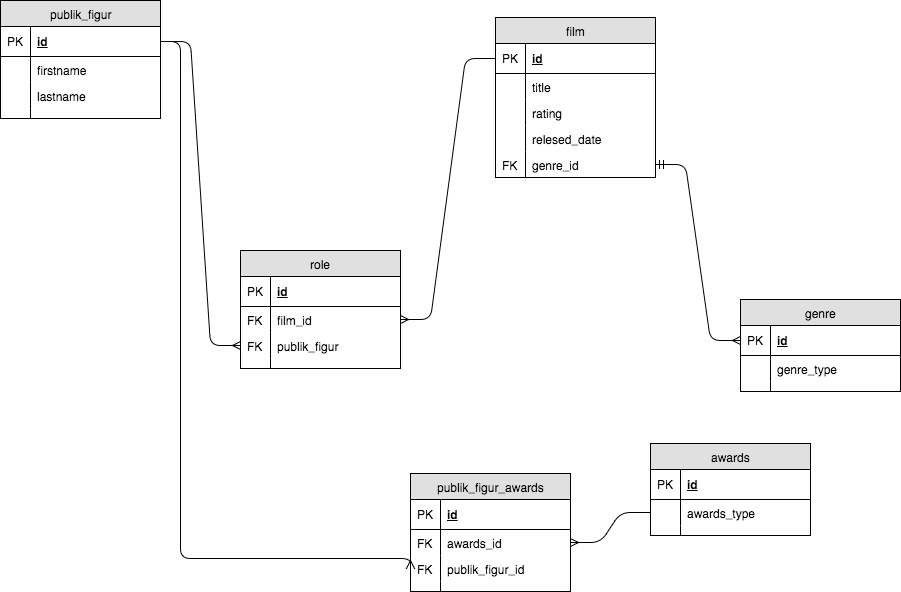
darwins-fox-2017/schema-imdb keeps this draw.io diagram as IMDB_Schema.png. Above is the earlier version. Source tidied: cells renumbered, new cells last; positions are measured from the earlier drawing's top-left corner, leaving out a move shared by most shapes.
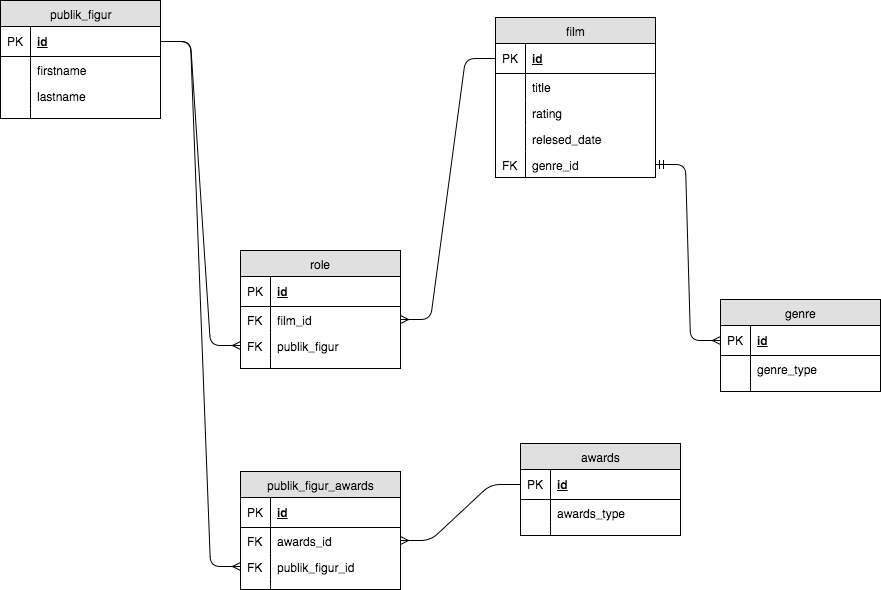
Above is the later version.

Diff of the diagram source:
```diff
@@ -96,7 +96,7 @@
       <mxGeometry relative="1" as="geometry" />
     </mxCell>
     <mxCell id="33" value="genre" style="swimlane;html=1;fontStyle=0;horizontal=1;startSize=26;fillColor=#e0e0e0;swimlaneFillColor=#ffffff;align=center;" parent="1" vertex="1">
-      <mxGeometry x="740" y="299" width="160" height="92" as="geometry" />
+      <mxGeometry x="720" y="299" width="160" height="92" as="geometry" />
     </mxCell>
     <mxCell id="34" value="id" style="shape=partialRectangle;top=0;left=0;right=0;bottom=1;html=1;align=left;verticalAlign=middle;fillColor=none;spacingLeft=34;spacingRight=4;whiteSpace=wrap;overflow=hidden;points=[[0,0.5],[1,0.5]];portConstraint=eastwest;fontStyle=5;" parent="33" vertex="1">
       <mxGeometry y="26" width="160" height="30" as="geometry" />
@@ -120,7 +120,7 @@
       <mxGeometry relative="1" as="geometry" />
     </mxCell>
     <mxCell id="41" value="awards" style="swimlane;html=1;fontStyle=0;horizontal=1;startSize=26;fillColor=#e0e0e0;swimlaneFillColor=#ffffff;align=center;" parent="1" vertex="1">
-      <mxGeometry x="650" y="443" width="160" height="92" as="geometry" />
+      <mxGeometry x="520" y="443" width="160" height="92" as="geometry" />
     </mxCell>
     <mxCell id="42" value="id" style="shape=partialRectangle;top=0;left=0;right=0;bottom=1;html=1;align=left;verticalAlign=middle;fillColor=none;spacingLeft=34;spacingRight=4;whiteSpace=wrap;overflow=hidden;points=[[0,0.5],[1,0.5]];portConstraint=eastwest;fontStyle=5;" parent="41" vertex="1">
       <mxGeometry y="26" width="160" height="30" as="geometry" />
@@ -140,11 +140,11 @@
     <mxCell id="47" style="shape=partialRectangle;top=0;left=0;bottom=0;html=1;fillColor=none;align=left;verticalAlign=top;spacingLeft=4;spacingRight=4;whiteSpace=wrap;overflow=hidden;" parent="46" vertex="1">
       <mxGeometry width="30" height="10" as="geometry" />
     </mxCell>
-    <mxCell id="48" style="edgeStyle=entityRelationEdgeStyle;html=1;endArrow=none;exitX=1;exitY=0.5;entryX=0;entryY=0.5;endFill=0;startArrow=ERmany;startFill=0;" parent="1" edge="1" source="52" target="44">
+    <mxCell id="48" style="edgeStyle=entityRelationEdgeStyle;html=1;endArrow=none;exitX=1;exitY=0.5;entryX=0;entryY=0.5;endFill=0;startArrow=ERmany;startFill=0;" parent="1" edge="1" source="52" target="42">
       <mxGeometry x="130" y="236" as="geometry" />
     </mxCell>
     <mxCell id="49" value="publik_figur_awards" style="swimlane;html=1;fontStyle=0;horizontal=1;startSize=26;fillColor=#e0e0e0;swimlaneFillColor=#ffffff;align=center;" parent="1" vertex="1">
-      <mxGeometry x="410" y="473" width="160" height="118" as="geometry" />
+      <mxGeometry x="240" y="471" width="160" height="118" as="geometry" />
     </mxCell>
     <mxCell id="50" value="id" style="shape=partialRectangle;top=0;left=0;right=0;bottom=1;html=1;align=left;verticalAlign=middle;fillColor=none;spacingLeft=34;spacingRight=4;whiteSpace=wrap;overflow=hidden;fontStyle=5;" parent="49" vertex="1">
       <mxGeometry y="26" width="160" height="30" as="geometry" />
@@ -170,13 +170,8 @@
     <mxCell id="57" style="shape=partialRectangle;top=0;left=0;bottom=0;html=1;fillColor=none;align=left;verticalAlign=top;spacingLeft=4;spacingRight=4;whiteSpace=wrap;overflow=hidden;" parent="56" vertex="1">
       <mxGeometry width="30" height="10" as="geometry" />
     </mxCell>
-    <mxCell id="58" style="edgeStyle=orthogonalEdgeStyle;html=1;endArrow=ERmany;entryX=0;entryY=0.5;exitX=1;exitY=0.5;endFill=0;" parent="1" edge="1" source="3" target="54">
-      <mxGeometry x="190" y="286" as="geometry">
-        <Array as="points">
-          <mxPoint x="180" y="41" />
-          <mxPoint x="180" y="558" />
-        </Array>
-      </mxGeometry>
+    <mxCell id="58" style="edgeStyle=entityRelationEdgeStyle;html=1;endArrow=ERmany;exitX=1;exitY=0.5;endFill=0;entryX=0;entryY=0.5;" parent="1" edge="1" source="3" target="54">
+      <mxGeometry x="180" y="61" as="geometry" />
     </mxCell>
   </root>
 </mxGraphModel>
```
